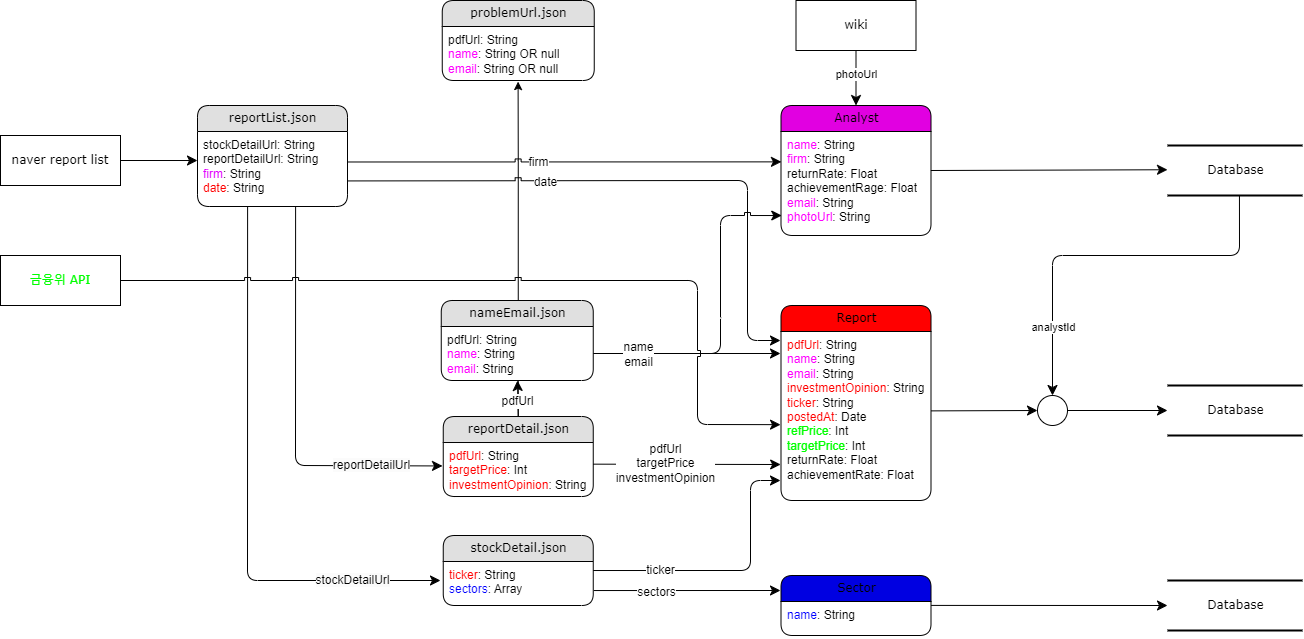
Earlier version of the draw.io export diagram/DataFlow.drawio.png (PDA-stockX/research-crawling). Source tidied: cells renumbered, new cells last; positions are measured from the earlier drawing's top-left corner, leaving out a move shared by most shapes.
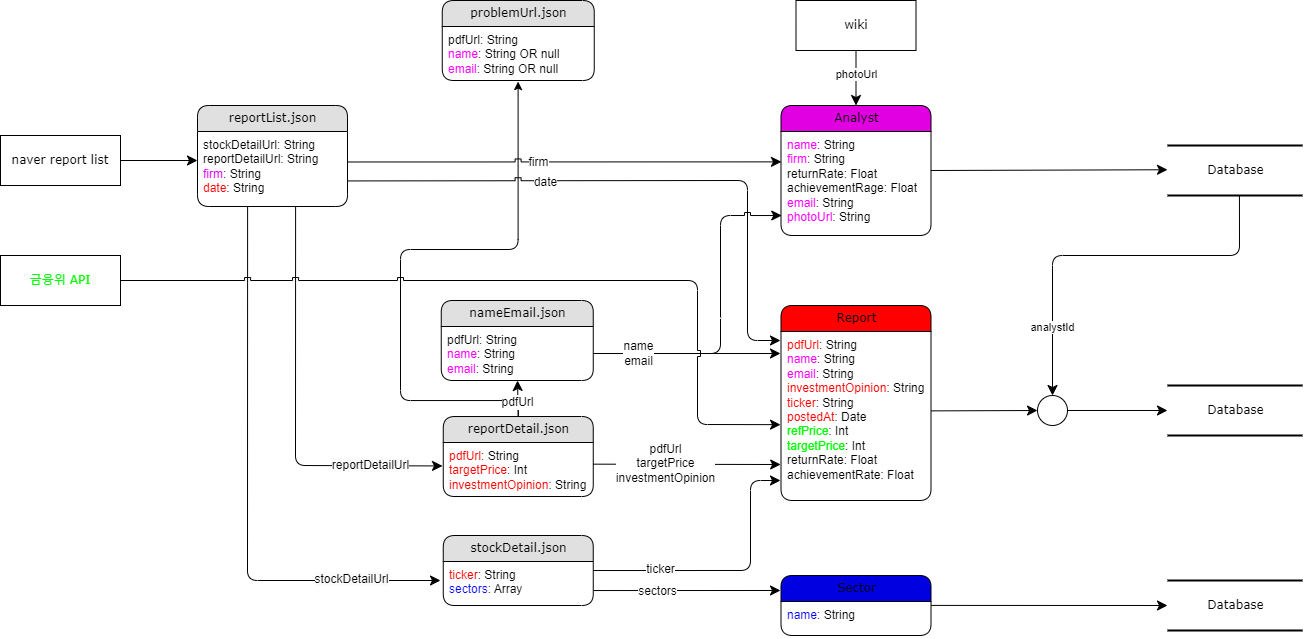
Later version of the same file.

What changed in the source:
```diff
@@ -7,11 +7,13 @@
         <mxPoint x="780" y="353" as="targetPoint" />
       </mxGeometry>
     </mxCell>
-    <mxCell id="3" style="edgeStyle=orthogonalEdgeStyle;rounded=0;jettySize=auto;html=1;exitX=0.5;exitY=0;exitDx=0;exitDy=0;entryX=0.499;entryY=1.02;entryDx=0;entryDy=0;entryPerimeter=0;" parent="1" edge="1" source="32" target="54">
+    <mxCell id="3" style="edgeStyle=orthogonalEdgeStyle;rounded=1;jettySize=auto;html=1;exitX=0.5;exitY=0;exitDx=0;exitDy=0;entryX=0.499;entryY=1.02;entryDx=0;entryDy=0;entryPerimeter=0;curved=0;" parent="1" edge="1" source="32" target="54">
       <mxGeometry relative="1" as="geometry">
         <Array as="points">
-          <mxPoint x="518" y="160" />
-          <mxPoint x="518" y="160" />
+          <mxPoint x="518" y="400" />
+          <mxPoint x="400" y="400" />
+          <mxPoint x="400" y="249" />
+          <mxPoint x="518" y="249" />
         </Array>
       </mxGeometry>
     </mxCell>
```
